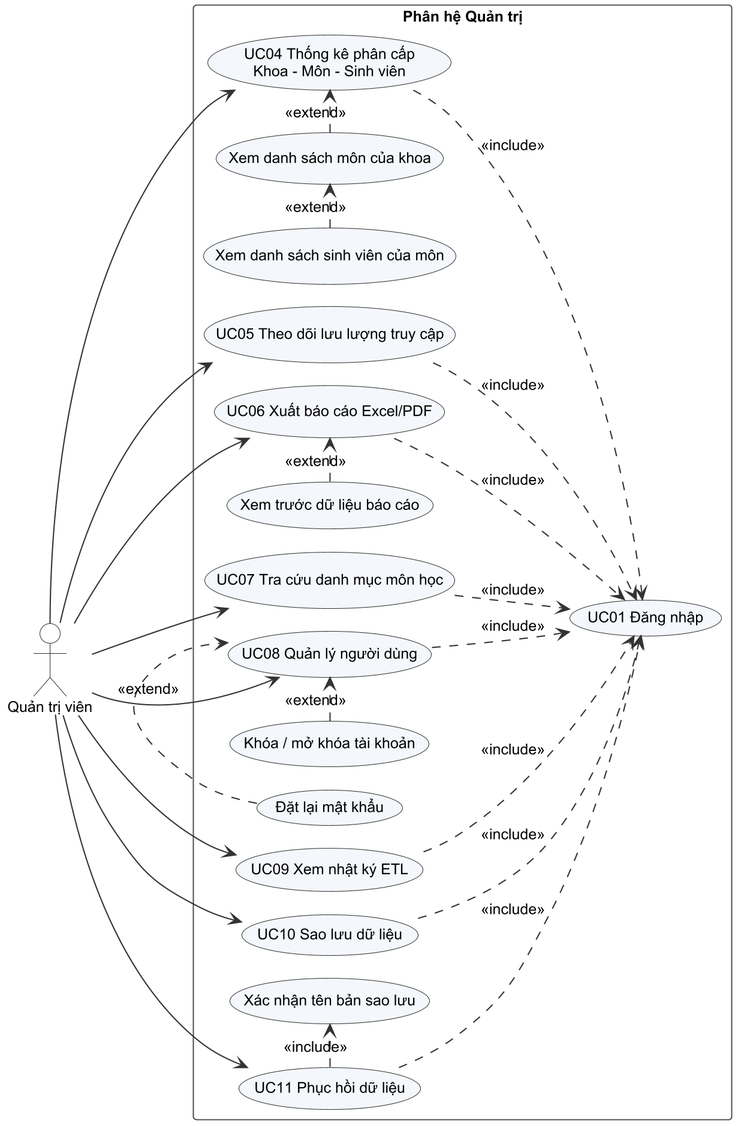
Above: docs/diagrams/png/uc_quan_tri.png in ThangThieng/Do_an_chuyen_nganh (PlantUML), before the change.
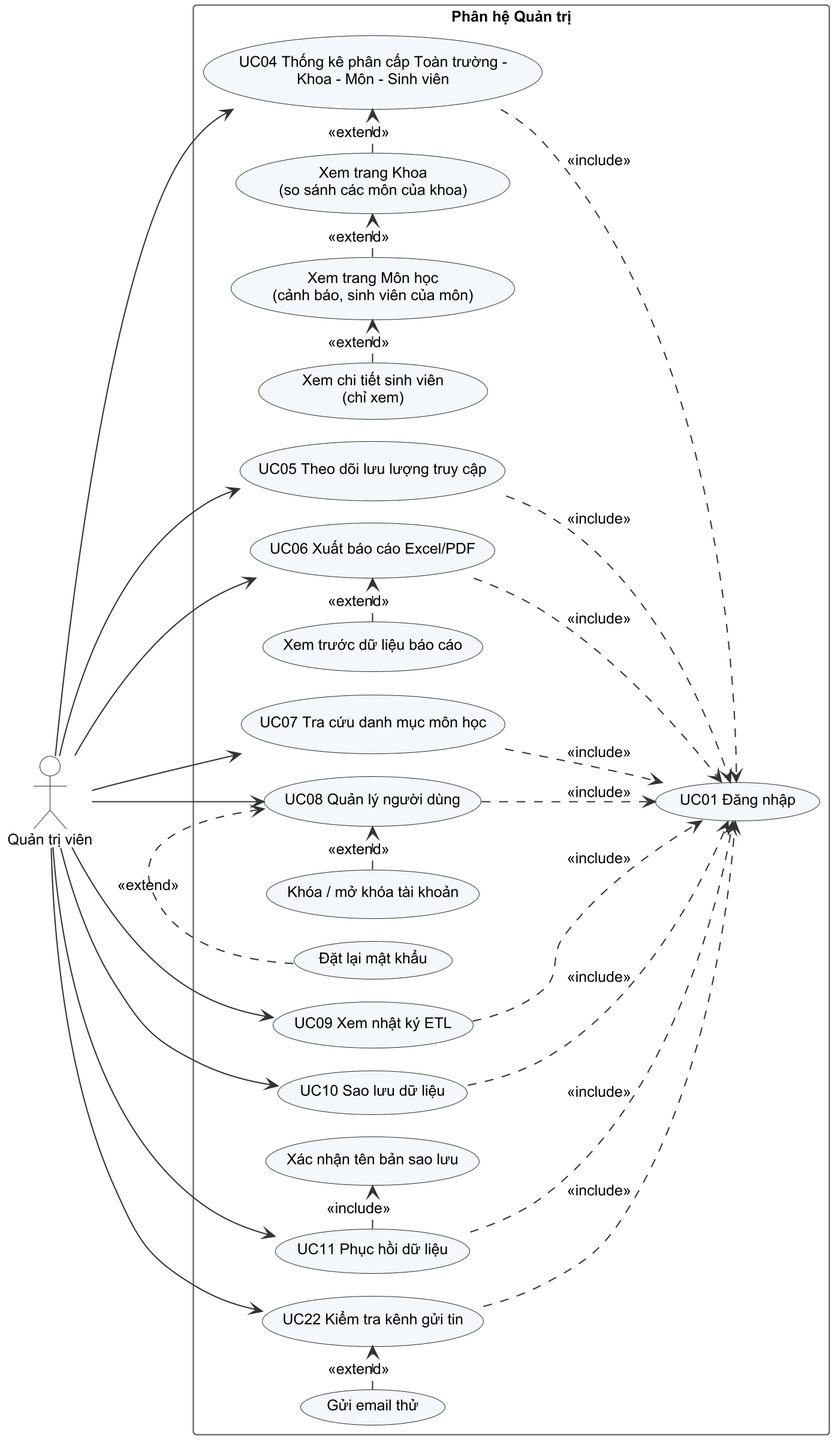
The same file after the commit.

Change to the diagram source:
```diff
@@ -3,9 +3,10 @@
 left to right direction
 actor "Quản trị viên" as QT
 rectangle "Phân hệ Quản trị" {
-  usecase "UC04 Thống kê phân cấp\nKhoa - Môn - Sinh viên" as UC04
-  usecase "Xem danh sách môn của khoa" as UC04a
-  usecase "Xem danh sách sinh viên của môn" as UC04b
+  usecase "UC04 Thống kê phân cấp Toàn trường -\nKhoa - Môn - Sinh viên" as UC04
+  usecase "Xem trang Khoa\n(so sánh các môn của khoa)" as UC04a
+  usecase "Xem trang Môn học\n(cảnh báo, sinh viên của môn)" as UC04b
+  usecase "Xem chi tiết sinh viên\n(chỉ xem)" as UC04c
   usecase "UC05 Theo dõi lưu lượng truy cập" as UC05
   usecase "UC06 Xuất báo cáo Excel/PDF" as UC06
   usecase "Xem trước dữ liệu báo cáo" as UC06a
@@ -17,6 +18,8 @@
   usecase "UC10 Sao lưu dữ liệu" as UC10
   usecase "UC11 Phục hồi dữ liệu" as UC11
   usecase "Xác nhận tên bản sao lưu" as UC11a
+  usecase "UC22 Kiểm tra kênh gửi tin" as UC22
+  usecase "Gửi email thử" as UC22a
   usecase "UC01 Đăng nhập" as UC01
 }
 QT --> UC04
@@ -27,8 +30,11 @@
 QT --> UC09
 QT --> UC10
 QT --> UC11
+QT --> UC22
 UC04a .> UC04 : <<extend>>
 UC04b .> UC04a : <<extend>>
+UC04c .> UC04b : <<extend>>
+UC22a .> UC22 : <<extend>>
 UC06a .> UC06 : <<extend>>
 UC08a .> UC08 : <<extend>>
 UC08b .> UC08 : <<extend>>
@@ -41,4 +47,5 @@
 UC09 ..> UC01 : <<include>>
 UC10 ..> UC01 : <<include>>
 UC11 ..> UC01 : <<include>>
+UC22 ..> UC01 : <<include>>
 @enduml
```
